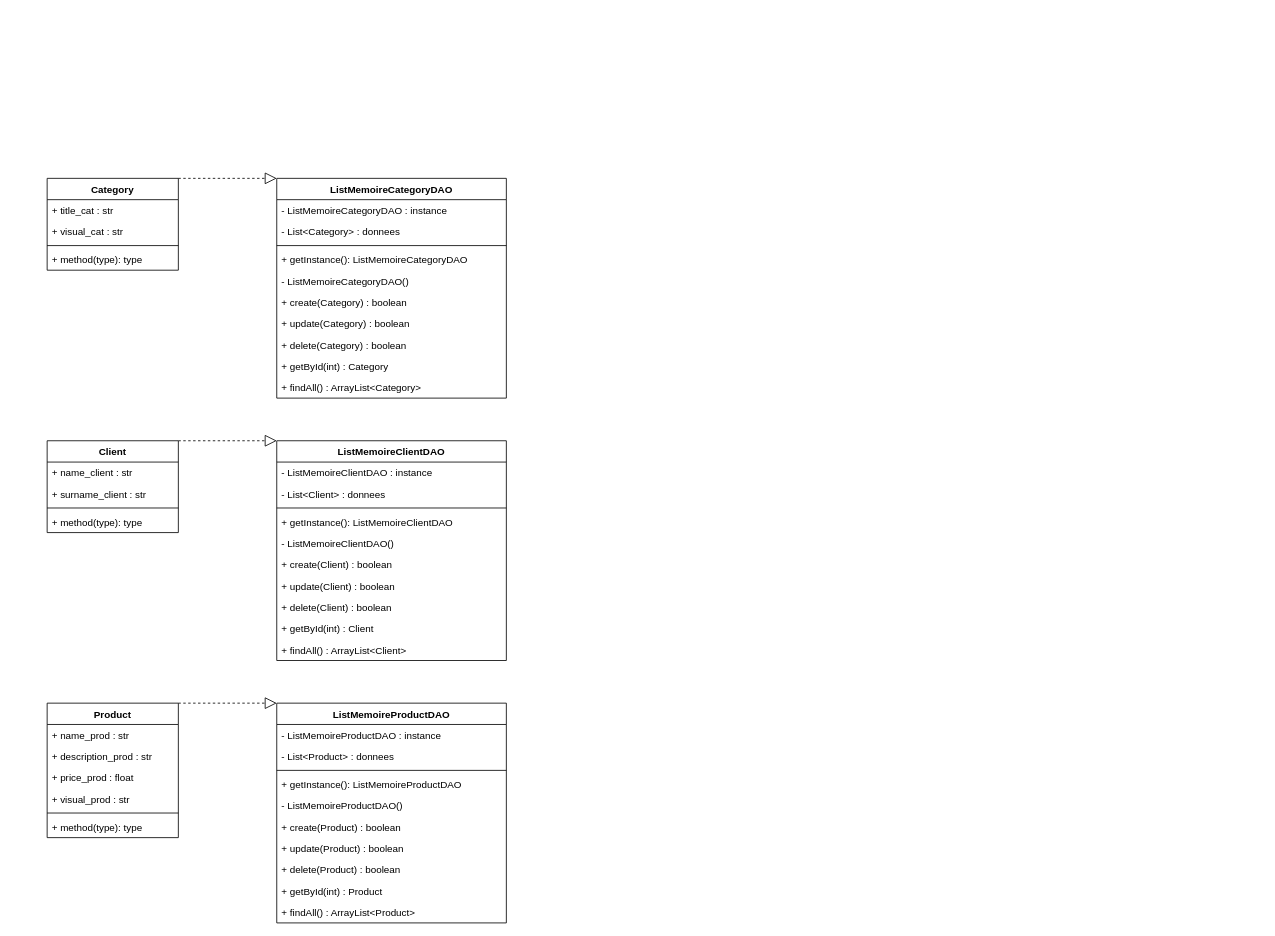
Earlier version of the draw.io diagram Untitled Diagram.drawio (Harsisis/HOUVERSING_CADET_CPOA_TD_2020). Source tidied: cells renumbered, new cells numbered last; positions are measured from the earlier drawing's top-left corner, leaving out a move shared by most shapes. Both pictures are drawn from the tidied source at 82%, with x=0, y=0 at pixel (47, 178).
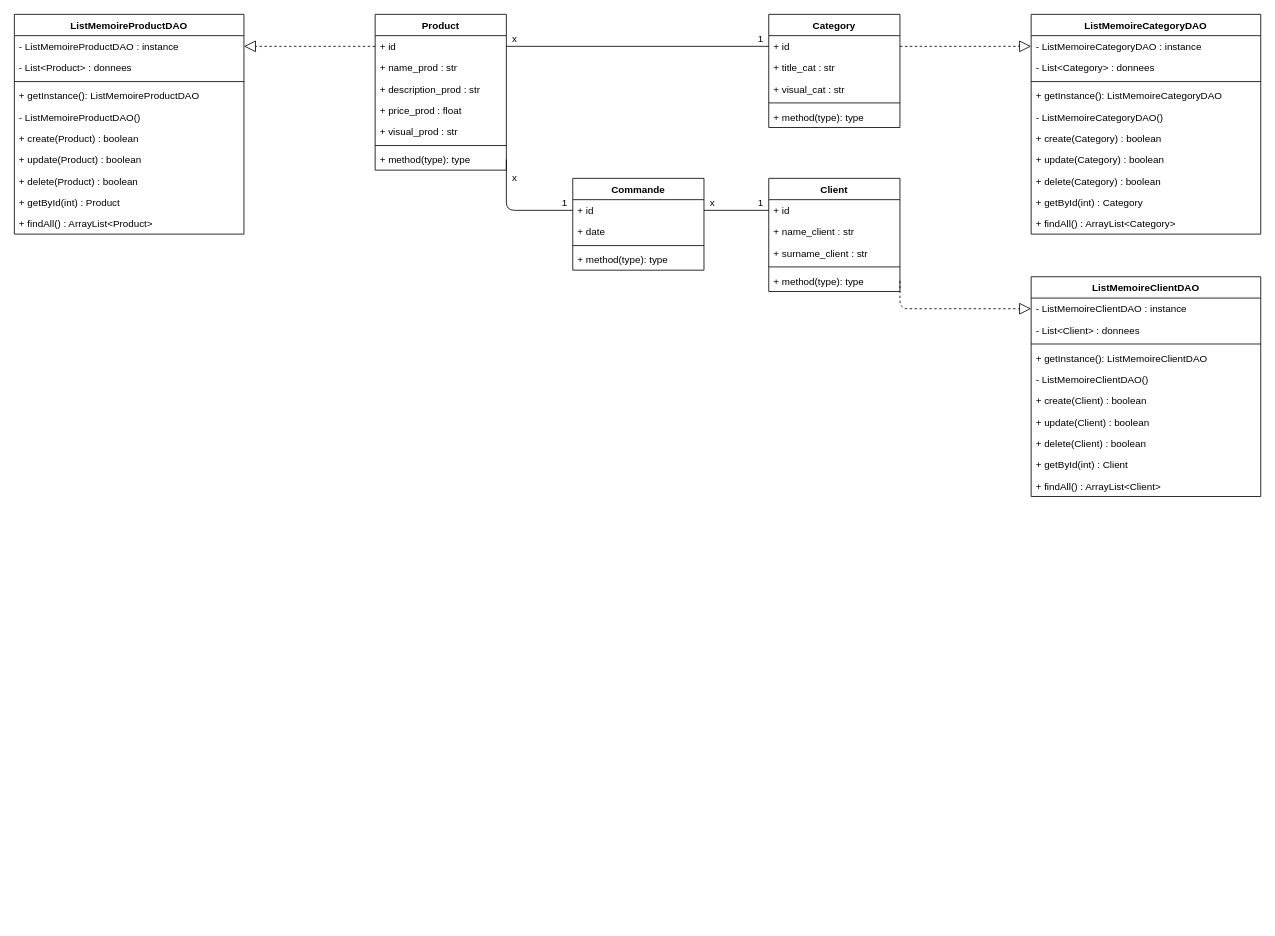
After the change.

Unchanged cells that the change refers to:
```xml
<mxCell id="8" value="- ListMemoireCategoryDAO : instance" style="text;strokeColor=none;fillColor=none;align=left;verticalAlign=top;spacingLeft=4;spacingRight=4;overflow=hidden;points=[[0,0.5],[1,0.5]];portConstraint=eastwest;" parent="7" vertex="1">
  <mxGeometry y="26" width="280" height="26" as="geometry" />
</mxCell>
<mxCell id="22" value="- ListMemoireClientDAO : instance" style="text;strokeColor=none;fillColor=none;align=left;verticalAlign=top;spacingLeft=4;spacingRight=4;overflow=hidden;points=[[0,0.5],[1,0.5]];portConstraint=eastwest;" parent="21" vertex="1">
  <mxGeometry y="26" width="280" height="26" as="geometry" />
</mxCell>
<mxCell id="45" value="- ListMemoireProductDAO : instance" style="text;strokeColor=none;fillColor=none;align=left;verticalAlign=top;spacingLeft=4;spacingRight=4;overflow=hidden;points=[[0,0.5],[1,0.5]];portConstraint=eastwest;" parent="44" vertex="1">
  <mxGeometry y="26" width="280" height="26" as="geometry" />
</mxCell>
```

Change to the diagram source:
```diff
@@
-    <mxCell id="2" value="Category" style="swimlane;fontStyle=1;align=center;verticalAlign=top;horizontal=1;startSize=26;" parent="1" vertex="1">
-      <mxGeometry width="160" height="112" as="geometry" />
-    </mxCell>
-    <mxCell id="3" value="+ title_cat : str" style="text;strokeColor=none;fillColor=none;align=left;verticalAlign=top;spacingLeft=4;spacingRight=4;overflow=hidden;" parent="2" vertex="1">
-      <mxGeometry y="26" width="160" height="26" as="geometry" />
-    </mxCell>
-    <mxCell id="4" value="+ visual_cat : str" style="text;strokeColor=none;fillColor=none;align=left;verticalAlign=top;spacingLeft=4;spacingRight=4;overflow=hidden;" parent="2" vertex="1">
-      <mxGeometry y="52" width="160" height="26" as="geometry" />
-    </mxCell>
-    <mxCell id="5" style="line;strokeWidth=1;fillColor=none;align=left;verticalAlign=middle;spacingTop=-1;spacingLeft=3;spacingRight=3;labelPosition=right;" parent="2" vertex="1">
-      <mxGeometry y="78" width="160" height="8" as="geometry" />
-    </mxCell>
-    <mxCell id="6" value="+ method(type): type" style="text;strokeColor=none;fillColor=none;align=left;verticalAlign=top;spacingLeft=4;spacingRight=4;overflow=hidden;" parent="2" vertex="1">
-      <mxGeometry y="86" width="160" height="26" as="geometry" />
-    </mxCell>
+    <mxCell id="55" style="endArrow=none;html=1;entryX=1;entryY=0.5;entryDx=0;entryDy=0;exitX=0;exitY=0.5;exitDx=0;exitDy=0;" parent="1" edge="1" source="65" target="63">
+      <mxGeometry relative="1" as="geometry">
+        <Array as="points">
+          <mxPoint x="560" y="39" />
+        </Array>
+      </mxGeometry>
+    </mxCell>
+    <mxCell id="56" style="endArrow=none;html=1;entryX=0;entryY=0.5;entryDx=0;entryDy=0;exitX=1;exitY=0.5;exitDx=0;exitDy=0;" parent="1" edge="1" source="65" target="69">
+      <mxGeometry relative="1" as="geometry" />
+    </mxCell>
+    <mxCell id="57" style="endArrow=none;html=1;entryX=0;entryY=0.5;entryDx=0;entryDy=0;exitX=1;exitY=0.5;exitDx=0;exitDy=0;" parent="1" edge="1" source="61" target="72">
+      <mxGeometry relative="1" as="geometry" />
+    </mxCell>
+    <mxCell id="58" style="endArrow=block;dashed=1;endFill=0;endSize=12;html=1;entryX=0;entryY=0.5;entryDx=0;entryDy=0;exitX=1;exitY=0.5;exitDx=0;exitDy=0;" parent="1" edge="1" source="72" target="8">
+      <mxGeometry relative="1" as="geometry" />
+    </mxCell>
+    <mxCell id="59" style="endArrow=block;dashed=1;endFill=0;endSize=12;html=1;entryX=0;entryY=0.5;entryDx=0;entryDy=0;exitX=1;exitY=0.5;exitDx=0;exitDy=0;" parent="1" edge="1" source="71" target="22">
+      <mxGeometry relative="1" as="geometry">
+        <Array as="points">
+          <mxPoint x="1040" y="159" />
+        </Array>
+      </mxGeometry>
+    </mxCell>
+    <mxCell id="60" style="endArrow=block;dashed=1;endFill=0;endSize=12;html=1;exitX=0;exitY=0.5;exitDx=0;exitDy=0;entryX=1;entryY=0.5;entryDx=0;entryDy=0;" parent="1" edge="1" source="61" target="45">
+      <mxGeometry relative="1" as="geometry" />
+    </mxCell>
+    <mxCell id="37" value="Product" style="swimlane;fontStyle=1;align=center;verticalAlign=top;horizontal=1;startSize=26;" parent="1" vertex="1">
+      <mxGeometry x="400" y="-200" width="160" height="190" as="geometry" />
+    </mxCell>
+    <mxCell id="61" value="+ id" style="text;strokeColor=none;fillColor=none;align=left;verticalAlign=top;spacingLeft=4;spacingRight=4;overflow=hidden;points=[[0,0.5],[1,0.5]];portConstraint=eastwest;" parent="37" vertex="1">
+      <mxGeometry y="26" width="160" height="26" as="geometry" />
+    </mxCell>
+    <mxCell id="38" value="+ name_prod : str" style="text;strokeColor=none;fillColor=none;align=left;verticalAlign=top;spacingLeft=4;spacingRight=4;overflow=hidden;" parent="37" vertex="1">
+      <mxGeometry y="52" width="160" height="26" as="geometry" />
+    </mxCell>
+    <mxCell id="39" value="+ description_prod : str" style="text;strokeColor=none;fillColor=none;align=left;verticalAlign=top;spacingLeft=4;spacingRight=4;overflow=hidden;" parent="37" vertex="1">
+      <mxGeometry y="78" width="160" height="26" as="geometry" />
+    </mxCell>
+    <mxCell id="40" value="+ price_prod : float" style="text;strokeColor=none;fillColor=none;align=left;verticalAlign=top;spacingLeft=4;spacingRight=4;overflow=hidden;" parent="37" vertex="1">
+      <mxGeometry y="104" width="160" height="26" as="geometry" />
+    </mxCell>
+    <mxCell id="41" value="+ visual_prod : str" style="text;strokeColor=none;fillColor=none;align=left;verticalAlign=top;spacingLeft=4;spacingRight=4;overflow=hidden;" parent="37" vertex="1">
+      <mxGeometry y="130" width="160" height="26" as="geometry" />
+    </mxCell>
+    <mxCell id="62" style="line;strokeWidth=1;fillColor=none;align=left;verticalAlign=middle;spacingTop=-1;spacingLeft=3;spacingRight=3;labelPosition=right;" parent="37" vertex="1">
+      <mxGeometry y="156" width="160" height="8" as="geometry" />
+    </mxCell>
+    <mxCell id="63" value="+ method(type): type" style="text;strokeColor=none;fillColor=none;align=left;verticalAlign=top;spacingLeft=4;spacingRight=4;overflow=hidden;points=[[0,0.5],[1,0.5]];portConstraint=eastwest;" parent="37" vertex="1">
+      <mxGeometry y="164" width="160" height="26" as="geometry" />
+    </mxCell>
     <mxCell id="7" value="ListMemoireCategoryDAO&#10;" style="swimlane;fontStyle=1;align=center;verticalAlign=top;horizontal=1;startSize=26;" parent="1" vertex="1">
-      <mxGeometry x="280" width="280" height="268" as="geometry" />
+      <mxGeometry x="1200" y="-200" width="280" height="268" as="geometry" />
     </mxCell>
@@
-    <mxCell id="18" style="endArrow=block;dashed=1;endFill=0;endSize=12;html=1;exitX=1;exitY=0;exitDx=0;exitDy=0;" parent="1" edge="1" source="2">
-      <mxGeometry relative="1" as="geometry">
-        <mxPoint x="280" as="targetPoint" />
-      </mxGeometry>
-    </mxCell>
-    <mxCell id="19" style="endArrow=block;dashed=1;endFill=0;endSize=12;html=1;exitX=1;exitY=0;exitDx=0;exitDy=0;entryX=0;entryY=0;entryDx=0;entryDy=0;" parent="1" edge="1" source="37">
-      <mxGeometry relative="1" as="geometry">
-        <mxPoint x="280" y="640" as="targetPoint" />
-      </mxGeometry>
-    </mxCell>
-    <mxCell id="20" style="endArrow=block;dashed=1;endFill=0;endSize=12;html=1;exitX=1;exitY=0;exitDx=0;exitDy=0;entryX=0;entryY=0;entryDx=0;entryDy=0;" parent="1" edge="1" source="32">
-      <mxGeometry relative="1" as="geometry">
-        <mxPoint x="280" y="320" as="targetPoint" />
-      </mxGeometry>
-    </mxCell>
+    <mxCell id="64" value="Commande" style="swimlane;fontStyle=1;align=center;verticalAlign=top;horizontal=1;startSize=26;" parent="1" vertex="1">
+      <mxGeometry x="641" width="160" height="112" as="geometry" />
+    </mxCell>
+    <mxCell id="65" value="+ id" style="text;strokeColor=none;fillColor=none;align=left;verticalAlign=top;spacingLeft=4;spacingRight=4;overflow=hidden;points=[[0,0.5],[1,0.5]];portConstraint=eastwest;" parent="64" vertex="1">
+      <mxGeometry y="26" width="160" height="26" as="geometry" />
+    </mxCell>
+    <mxCell id="66" value="+ date" style="text;strokeColor=none;fillColor=none;align=left;verticalAlign=top;spacingLeft=4;spacingRight=4;overflow=hidden;" parent="64" vertex="1">
+      <mxGeometry y="52" width="160" height="26" as="geometry" />
+    </mxCell>
+    <mxCell id="67" style="line;strokeWidth=1;fillColor=none;align=left;verticalAlign=middle;spacingTop=-1;spacingLeft=3;spacingRight=3;labelPosition=right;" parent="64" vertex="1">
+      <mxGeometry y="78" width="160" height="8" as="geometry" />
+    </mxCell>
+    <mxCell id="68" value="+ method(type): type" style="text;strokeColor=none;fillColor=none;align=left;verticalAlign=top;spacingLeft=4;spacingRight=4;overflow=hidden;" parent="64" vertex="1">
+      <mxGeometry y="86" width="160" height="26" as="geometry" />
+    </mxCell>
+    <mxCell id="32" value="Client" style="swimlane;fontStyle=1;align=center;verticalAlign=top;horizontal=1;startSize=26;" parent="1" vertex="1">
+      <mxGeometry x="880" width="160" height="138" as="geometry" />
+    </mxCell>
+    <mxCell id="69" value="+ id" style="text;strokeColor=none;fillColor=none;align=left;verticalAlign=top;spacingLeft=4;spacingRight=4;overflow=hidden;points=[[0,0.5],[1,0.5]];portConstraint=eastwest;" parent="32" vertex="1">
+      <mxGeometry y="26" width="160" height="26" as="geometry" />
+    </mxCell>
+    <mxCell id="33" value="+ name_client : str" style="text;strokeColor=none;fillColor=none;align=left;verticalAlign=top;spacingLeft=4;spacingRight=4;overflow=hidden;" parent="32" vertex="1">
+      <mxGeometry y="52" width="160" height="26" as="geometry" />
+    </mxCell>
+    <mxCell id="34" value="+ surname_client : str" style="text;strokeColor=none;fillColor=none;align=left;verticalAlign=top;spacingLeft=4;spacingRight=4;overflow=hidden;" parent="32" vertex="1">
+      <mxGeometry y="78" width="160" height="26" as="geometry" />
+    </mxCell>
+    <mxCell id="70" style="line;strokeWidth=1;fillColor=none;align=left;verticalAlign=middle;spacingTop=-1;spacingLeft=3;spacingRight=3;labelPosition=right;" parent="32" vertex="1">
+      <mxGeometry y="104" width="160" height="8" as="geometry" />
+    </mxCell>
+    <mxCell id="71" value="+ method(type): type" style="text;strokeColor=none;fillColor=none;align=left;verticalAlign=top;spacingLeft=4;spacingRight=4;overflow=hidden;points=[[0,0.5],[1,0.5]];portConstraint=eastwest;" parent="32" vertex="1">
+      <mxGeometry y="112" width="160" height="26" as="geometry" />
+    </mxCell>
+    <mxCell id="2" value="Category" style="swimlane;fontStyle=1;align=center;verticalAlign=top;horizontal=1;startSize=26;" parent="1" vertex="1">
+      <mxGeometry x="880" y="-200" width="160" height="138" as="geometry" />
+    </mxCell>
+    <mxCell id="72" value="+ id" style="text;strokeColor=none;fillColor=none;align=left;verticalAlign=top;spacingLeft=4;spacingRight=4;overflow=hidden;points=[[0,0.5],[1,0.5]];portConstraint=eastwest;" parent="2" vertex="1">
+      <mxGeometry y="26" width="160" height="26" as="geometry" />
+    </mxCell>
+    <mxCell id="3" value="+ title_cat : str" style="text;strokeColor=none;fillColor=none;align=left;verticalAlign=top;spacingLeft=4;spacingRight=4;overflow=hidden;" parent="2" vertex="1">
+      <mxGeometry y="52" width="160" height="26" as="geometry" />
+    </mxCell>
+    <mxCell id="4" value="+ visual_cat : str" style="text;strokeColor=none;fillColor=none;align=left;verticalAlign=top;spacingLeft=4;spacingRight=4;overflow=hidden;" parent="2" vertex="1">
+      <mxGeometry y="78" width="160" height="26" as="geometry" />
+    </mxCell>
+    <mxCell id="73" style="line;strokeWidth=1;fillColor=none;align=left;verticalAlign=middle;spacingTop=-1;spacingLeft=3;spacingRight=3;labelPosition=right;" parent="2" vertex="1">
+      <mxGeometry y="104" width="160" height="8" as="geometry" />
+    </mxCell>
+    <mxCell id="74" value="+ method(type): type" style="text;strokeColor=none;fillColor=none;align=left;verticalAlign=top;spacingLeft=4;spacingRight=4;overflow=hidden;" parent="2" vertex="1">
+      <mxGeometry y="112" width="160" height="26" as="geometry" />
+    </mxCell>
     <mxCell id="21" value="ListMemoireClientDAO&#10;" style="swimlane;fontStyle=1;align=center;verticalAlign=top;horizontal=1;startSize=26;" parent="1" vertex="1">
-      <mxGeometry x="280" y="320" width="280" height="268" as="geometry" />
+      <mxGeometry x="1200" y="120" width="280" height="268" as="geometry" />
     </mxCell>
@@
-    <mxCell id="32" value="Client" style="swimlane;fontStyle=1;align=center;verticalAlign=top;horizontal=1;startSize=26;" parent="1" vertex="1">
-      <mxGeometry y="320" width="160" height="112" as="geometry" />
-    </mxCell>
-    <mxCell id="33" value="+ name_client : str" style="text;strokeColor=none;fillColor=none;align=left;verticalAlign=top;spacingLeft=4;spacingRight=4;overflow=hidden;" parent="32" vertex="1">
-      <mxGeometry y="26" width="160" height="26" as="geometry" />
-    </mxCell>
-    <mxCell id="34" value="+ surname_client : str" style="text;strokeColor=none;fillColor=none;align=left;verticalAlign=top;spacingLeft=4;spacingRight=4;overflow=hidden;" parent="32" vertex="1">
-      <mxGeometry y="52" width="160" height="26" as="geometry" />
-    </mxCell>
-    <mxCell id="35" style="line;strokeWidth=1;fillColor=none;align=left;verticalAlign=middle;spacingTop=-1;spacingLeft=3;spacingRight=3;labelPosition=right;" parent="32" vertex="1">
-      <mxGeometry y="78" width="160" height="8" as="geometry" />
-    </mxCell>
-    <mxCell id="36" value="+ method(type): type" style="text;strokeColor=none;fillColor=none;align=left;verticalAlign=top;spacingLeft=4;spacingRight=4;overflow=hidden;" parent="32" vertex="1">
-      <mxGeometry y="86" width="160" height="26" as="geometry" />
-    </mxCell>
-    <mxCell id="37" value="Product" style="swimlane;fontStyle=1;align=center;verticalAlign=top;horizontal=1;startSize=26;" parent="1" vertex="1">
-      <mxGeometry y="640" width="160" height="164" as="geometry" />
-    </mxCell>
-    <mxCell id="38" value="+ name_prod : str" style="text;strokeColor=none;fillColor=none;align=left;verticalAlign=top;spacingLeft=4;spacingRight=4;overflow=hidden;" parent="37" vertex="1">
-      <mxGeometry y="26" width="160" height="26" as="geometry" />
-    </mxCell>
-    <mxCell id="39" value="+ description_prod : str" style="text;strokeColor=none;fillColor=none;align=left;verticalAlign=top;spacingLeft=4;spacingRight=4;overflow=hidden;" parent="37" vertex="1">
-      <mxGeometry y="52" width="160" height="26" as="geometry" />
-    </mxCell>
-    <mxCell id="40" value="+ price_prod : float" style="text;strokeColor=none;fillColor=none;align=left;verticalAlign=top;spacingLeft=4;spacingRight=4;overflow=hidden;" parent="37" vertex="1">
-      <mxGeometry y="78" width="160" height="26" as="geometry" />
-    </mxCell>
-    <mxCell id="41" value="+ visual_prod : str" style="text;strokeColor=none;fillColor=none;align=left;verticalAlign=top;spacingLeft=4;spacingRight=4;overflow=hidden;" parent="37" vertex="1">
-      <mxGeometry y="104" width="160" height="26" as="geometry" />
-    </mxCell>
-    <mxCell id="42" style="line;strokeWidth=1;fillColor=none;align=left;verticalAlign=middle;spacingTop=-1;spacingLeft=3;spacingRight=3;labelPosition=right;" parent="37" vertex="1">
-      <mxGeometry y="130" width="160" height="8" as="geometry" />
-    </mxCell>
-    <mxCell id="43" value="+ method(type): type" style="text;strokeColor=none;fillColor=none;align=left;verticalAlign=top;spacingLeft=4;spacingRight=4;overflow=hidden;" parent="37" vertex="1">
-      <mxGeometry y="138" width="160" height="26" as="geometry" />
-    </mxCell>
     <mxCell id="44" value="ListMemoireProductDAO&#10;" style="swimlane;fontStyle=1;align=center;verticalAlign=top;horizontal=1;startSize=26;" parent="1" vertex="1">
-      <mxGeometry x="280" y="640" width="280" height="268" as="geometry" />
+      <mxGeometry x="-40" y="-200" width="280" height="268" as="geometry" />
     </mxCell>
@@
+    <mxCell id="75" value="x" style="text;html=1;align=center;verticalAlign=middle;fillColor=none;strokeColor=none;rounded=0;" parent="1" vertex="1">
+      <mxGeometry x="560" y="-180" width="20" height="20" as="geometry" />
+    </mxCell>
+    <mxCell id="76" value="x" style="text;html=1;align=center;verticalAlign=middle;fillColor=none;strokeColor=none;rounded=0;" parent="1" vertex="1">
+      <mxGeometry x="560" y="-10" width="20" height="20" as="geometry" />
+    </mxCell>
+    <mxCell id="77" value="1" style="text;html=1;align=center;verticalAlign=middle;fillColor=none;strokeColor=none;rounded=0;" parent="1" vertex="1">
+      <mxGeometry x="621" y="20" width="20" height="20" as="geometry" />
+    </mxCell>
+    <mxCell id="78" value="x" style="text;html=1;align=center;verticalAlign=middle;fillColor=none;strokeColor=none;rounded=0;" parent="1" vertex="1">
+      <mxGeometry x="801" y="20" width="20" height="20" as="geometry" />
+    </mxCell>
+    <mxCell id="79" value="1" style="text;html=1;align=center;verticalAlign=middle;fillColor=none;strokeColor=none;rounded=0;" parent="1" vertex="1">
+      <mxGeometry x="860" y="20" width="20" height="20" as="geometry" />
+    </mxCell>
+    <mxCell id="80" value="1" style="text;html=1;align=center;verticalAlign=middle;fillColor=none;strokeColor=none;rounded=0;" parent="1" vertex="1">
+      <mxGeometry x="860" y="-180" width="20" height="20" as="geometry" />
+    </mxCell>
```
